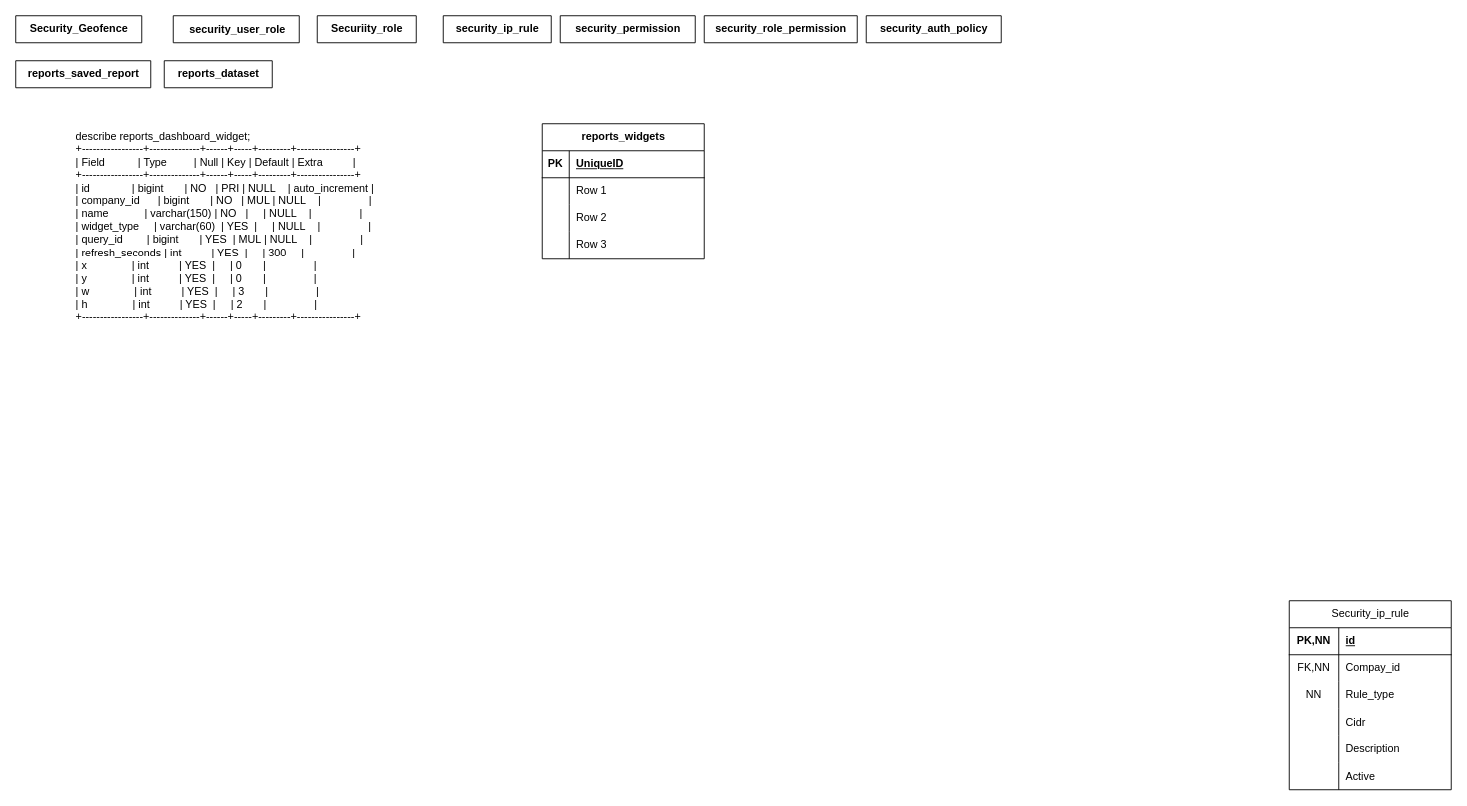
This is Untitled Diagram.drawio from Shreya-Kosabe-07/hrms_flows2, a draw.io file, before an edit. Source tidied: cells renumbered, new cells numbered last; positions are measured from the earlier drawing's top-left corner, leaving out a move shared by most shapes. Both pictures are drawn from the tidied source at 90%, with x=0, y=0 at pixel (15, 15).
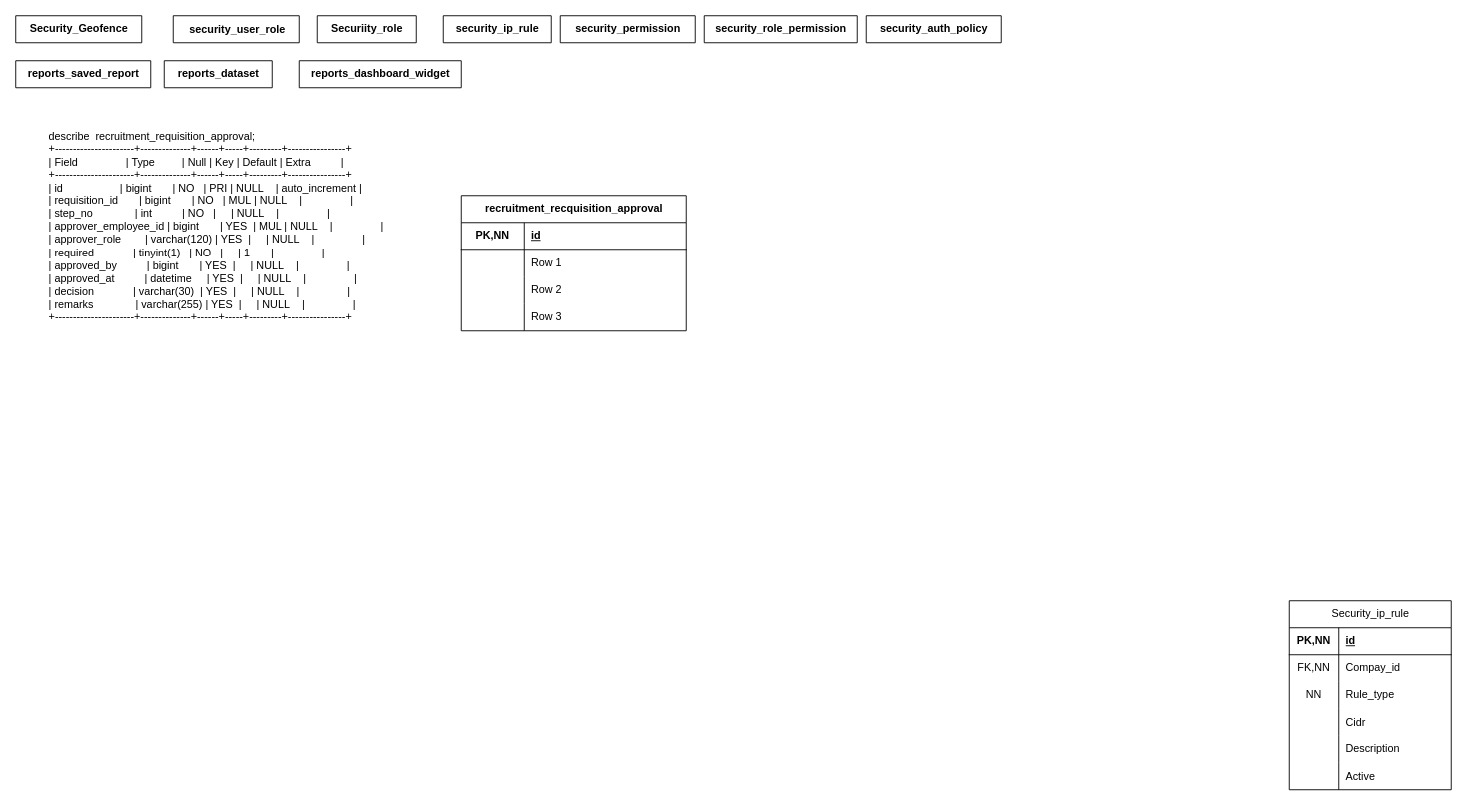
After the change.

Change to the diagram source:
```diff
@@
-    <mxCell id="30" value="reports_widgets" style="shape=table;startSize=30;childLayout=tableLayout;rowLines=0;fontStyle=1;align=center;html=1;" parent="1" vertex="1">
-      <mxGeometry x="585" y="120" width="180" height="150" as="geometry" />
+    <mxCell id="30" value="reports_dashboard_widget" style="shape=table;startSize=30;childLayout=tableLayout;rowLines=0;fontStyle=1;align=center;html=1;" parent="1" vertex="1" collapsed="1">
+      <mxGeometry x="315" y="50" width="180" height="30" as="geometry" />
     </mxCell>
-    <mxCell id="31" style="shape=tableRow;horizontal=0;startSize=0;swimlaneHead=0;swimlaneBody=0;fillColor=none;top=0;left=0;right=0;bottom=1;" parent="30" vertex="1">
-      <mxGeometry y="30" width="180" height="30" as="geometry" />
-    </mxCell>
-    <mxCell id="32" value="PK" style="shape=partialRectangle;fillColor=none;top=0;left=0;bottom=0;right=0;fontStyle=1;overflow=hidden;whiteSpace=wrap;html=1;" parent="31" vertex="1">
-      <mxGeometry width="30" height="30" as="geometry" />
-    </mxCell>
-    <mxCell id="33" value="UniqueID" style="shape=partialRectangle;fillColor=none;top=0;left=0;bottom=0;right=0;align=left;spacingLeft=6;fontStyle=5;overflow=hidden;whiteSpace=wrap;html=1;" parent="31" vertex="1">
-      <mxGeometry x="30" width="150" height="30" as="geometry" />
-    </mxCell>
-    <mxCell id="34" style="shape=tableRow;horizontal=0;startSize=0;swimlaneHead=0;swimlaneBody=0;fillColor=none;top=0;left=0;right=0;bottom=0;" parent="30" vertex="1">
-      <mxGeometry y="60" width="180" height="30" as="geometry" />
-    </mxCell>
-    <mxCell id="35" style="shape=partialRectangle;fillColor=none;top=0;left=0;bottom=0;right=0;overflow=hidden;whiteSpace=wrap;html=1;" parent="34" vertex="1">
-      <mxGeometry width="30" height="30" as="geometry" />
-    </mxCell>
+    <mxCell id="44" value="describe  recruitment_requisition_approval;&#10;+----------------------+--------------+------+-----+---------+----------------+&#10;| Field                | Type         | Null | Key | Default | Extra          |&#10;+----------------------+--------------+------+-----+---------+----------------+&#10;| id                   | bigint       | NO   | PRI | NULL    | auto_increment |&#10;| requisition_id       | bigint       | NO   | MUL | NULL    |                |&#10;| step_no              | int          | NO   |     | NULL    |                |&#10;| approver_employee_id | bigint       | YES  | MUL | NULL    |                |&#10;| approver_role        | varchar(120) | YES  |     | NULL    |                |&#10;| required             | tinyint(1)   | NO   |     | 1       |                |&#10;| approved_by          | bigint       | YES  |     | NULL    |                |&#10;| approved_at          | datetime     | YES  |     | NULL    |                |&#10;| decision             | varchar(30)  | YES  |     | NULL    |                |&#10;| remarks              | varchar(255) | YES  |     | NULL    |                |&#10;+----------------------+--------------+------+-----+---------+----------------+" style="text;whiteSpace=wrap;" parent="1" vertex="1">
+      <mxGeometry x="35" y="120" width="410" height="240" as="geometry" />
+    </mxCell>
+    <mxCell id="45" value="recruitment_recquisition_approval" style="shape=table;startSize=30;childLayout=tableLayout;rowLines=0;fontStyle=1;align=center;html=1;" parent="1" vertex="1">
+      <mxGeometry x="495" y="200" width="250" height="150" as="geometry" />
+    </mxCell>
+    <mxCell id="46" style="shape=tableRow;horizontal=0;startSize=0;swimlaneHead=0;swimlaneBody=0;fillColor=none;top=0;left=0;right=0;bottom=1;" parent="45" vertex="1">
+      <mxGeometry y="30" width="250" height="30" as="geometry" />
+    </mxCell>
+    <mxCell id="47" value="PK,NN" style="shape=partialRectangle;fillColor=none;top=0;left=0;bottom=0;right=0;fontStyle=1;overflow=hidden;whiteSpace=wrap;html=1;" parent="46" vertex="1">
+      <mxGeometry width="70" height="30" as="geometry" />
+    </mxCell>
+    <mxCell id="48" value="id" style="shape=partialRectangle;fillColor=none;top=0;left=0;bottom=0;right=0;align=left;spacingLeft=6;fontStyle=5;overflow=hidden;whiteSpace=wrap;html=1;" parent="46" vertex="1">
+      <mxGeometry x="70" width="180" height="30" as="geometry" />
+    </mxCell>
+    <mxCell id="49" style="shape=tableRow;horizontal=0;startSize=0;swimlaneHead=0;swimlaneBody=0;fillColor=none;top=0;left=0;right=0;bottom=0;" parent="45" vertex="1">
+      <mxGeometry y="60" width="250" height="30" as="geometry" />
+    </mxCell>
+    <mxCell id="50" style="shape=partialRectangle;fillColor=none;top=0;left=0;bottom=0;right=0;overflow=hidden;whiteSpace=wrap;html=1;" parent="49" vertex="1">
+      <mxGeometry width="70" height="30" as="geometry" />
+    </mxCell>
-    <mxCell id="36" value="Row 1" style="shape=partialRectangle;fillColor=none;top=0;left=0;bottom=0;right=0;align=left;spacingLeft=6;overflow=hidden;whiteSpace=wrap;html=1;" parent="34" vertex="1">
-      <mxGeometry x="30" width="150" height="30" as="geometry" />
+    <mxCell id="36" value="Row 1" style="shape=partialRectangle;fillColor=none;top=0;left=0;bottom=0;right=0;align=left;spacingLeft=6;overflow=hidden;whiteSpace=wrap;html=1;" parent="49" vertex="1">
+      <mxGeometry x="70" width="180" height="30" as="geometry" />
     </mxCell>
-    <mxCell id="37" style="shape=tableRow;horizontal=0;startSize=0;swimlaneHead=0;swimlaneBody=0;fillColor=none;top=0;left=0;right=0;bottom=0;" parent="30" vertex="1">
-      <mxGeometry y="90" width="180" height="30" as="geometry" />
-    </mxCell>
-    <mxCell id="38" style="shape=partialRectangle;fillColor=none;top=0;left=0;bottom=0;right=0;overflow=hidden;whiteSpace=wrap;html=1;" parent="37" vertex="1">
-      <mxGeometry width="30" height="30" as="geometry" />
-    </mxCell>
+    <mxCell id="51" style="shape=tableRow;horizontal=0;startSize=0;swimlaneHead=0;swimlaneBody=0;fillColor=none;top=0;left=0;right=0;bottom=0;" parent="45" vertex="1">
+      <mxGeometry y="90" width="250" height="30" as="geometry" />
+    </mxCell>
+    <mxCell id="52" style="shape=partialRectangle;fillColor=none;top=0;left=0;bottom=0;right=0;overflow=hidden;whiteSpace=wrap;html=1;" parent="51" vertex="1">
+      <mxGeometry width="70" height="30" as="geometry" />
+    </mxCell>
-    <mxCell id="39" value="Row 2" style="shape=partialRectangle;fillColor=none;top=0;left=0;bottom=0;right=0;align=left;spacingLeft=6;overflow=hidden;whiteSpace=wrap;html=1;" parent="37" vertex="1">
-      <mxGeometry x="30" width="150" height="30" as="geometry" />
+    <mxCell id="39" value="Row 2" style="shape=partialRectangle;fillColor=none;top=0;left=0;bottom=0;right=0;align=left;spacingLeft=6;overflow=hidden;whiteSpace=wrap;html=1;" parent="51" vertex="1">
+      <mxGeometry x="70" width="180" height="30" as="geometry" />
     </mxCell>
-    <mxCell id="40" style="shape=tableRow;horizontal=0;startSize=0;swimlaneHead=0;swimlaneBody=0;fillColor=none;top=0;left=0;right=0;bottom=0;" parent="30" vertex="1">
-      <mxGeometry y="120" width="180" height="30" as="geometry" />
-    </mxCell>
-    <mxCell id="41" style="shape=partialRectangle;fillColor=none;top=0;left=0;bottom=0;right=0;overflow=hidden;whiteSpace=wrap;html=1;" parent="40" vertex="1">
-      <mxGeometry width="30" height="30" as="geometry" />
-    </mxCell>
+    <mxCell id="53" style="shape=tableRow;horizontal=0;startSize=0;swimlaneHead=0;swimlaneBody=0;fillColor=none;top=0;left=0;right=0;bottom=0;" parent="45" vertex="1">
+      <mxGeometry y="120" width="250" height="30" as="geometry" />
+    </mxCell>
+    <mxCell id="54" style="shape=partialRectangle;fillColor=none;top=0;left=0;bottom=0;right=0;overflow=hidden;whiteSpace=wrap;html=1;" parent="53" vertex="1">
+      <mxGeometry width="70" height="30" as="geometry" />
+    </mxCell>
-    <mxCell id="42" value="Row 3" style="shape=partialRectangle;fillColor=none;top=0;left=0;bottom=0;right=0;align=left;spacingLeft=6;overflow=hidden;whiteSpace=wrap;html=1;" parent="40" vertex="1">
-      <mxGeometry x="30" width="150" height="30" as="geometry" />
+    <mxCell id="42" value="Row 3" style="shape=partialRectangle;fillColor=none;top=0;left=0;bottom=0;right=0;align=left;spacingLeft=6;overflow=hidden;whiteSpace=wrap;html=1;" parent="53" vertex="1">
+      <mxGeometry x="70" width="180" height="30" as="geometry" />
     </mxCell>
-    <mxCell id="43" value="describe reports_dashboard_widget;&#10;+-----------------+--------------+------+-----+---------+----------------+&#10;| Field           | Type         | Null | Key | Default | Extra          |&#10;+-----------------+--------------+------+-----+---------+----------------+&#10;| id              | bigint       | NO   | PRI | NULL    | auto_increment |&#10;| company_id      | bigint       | NO   | MUL | NULL    |                |&#10;| name            | varchar(150) | NO   |     | NULL    |                |&#10;| widget_type     | varchar(60)  | YES  |     | NULL    |                |&#10;| query_id        | bigint       | YES  | MUL | NULL    |                |&#10;| refresh_seconds | int          | YES  |     | 300     |                |&#10;| x               | int          | YES  |     | 0       |                |&#10;| y               | int          | YES  |     | 0       |                |&#10;| w               | int          | YES  |     | 3       |                |&#10;| h               | int          | YES  |     | 2       |                |&#10;+-----------------+--------------+------+-----+---------+----------------+" style="text;whiteSpace=wrap;" parent="1" vertex="1">
-      <mxGeometry x="65" y="120" width="360" height="240" as="geometry" />
-    </mxCell>
```
